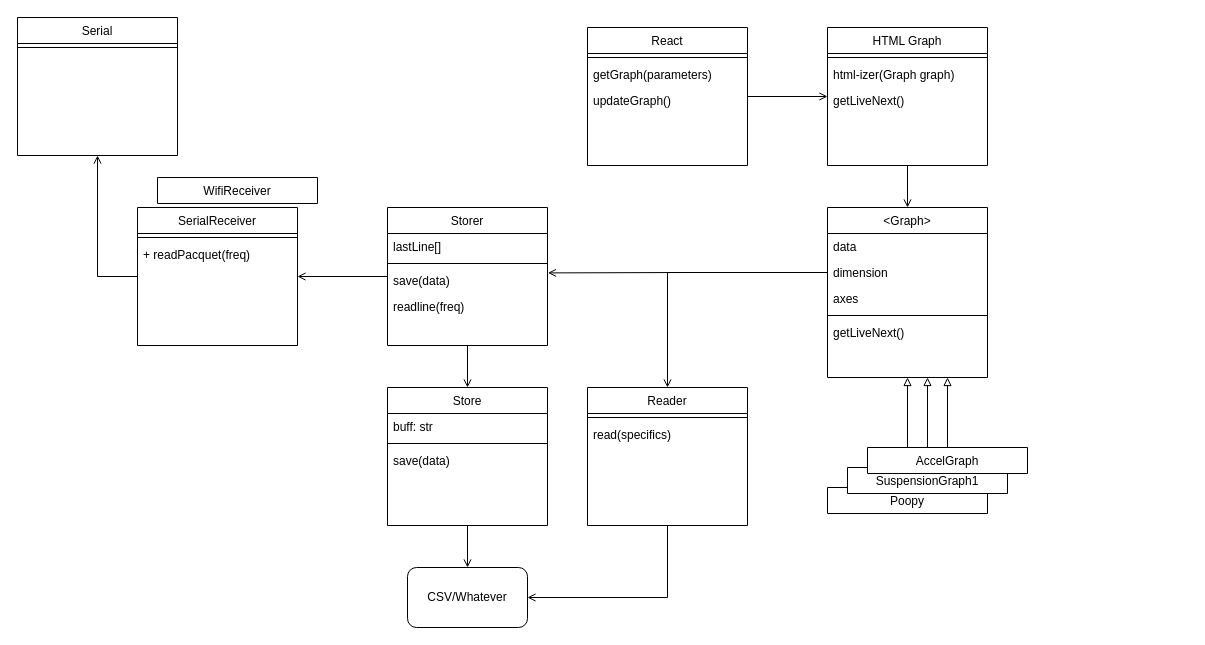
This is UML.drawio from McMaster-Baja-Racing/Better-Data-Viewer, a draw.io file, before an edit. Source tidied: cells renumbered, new cells numbered last; positions are measured from the earlier drawing's top-left corner, leaving out a move shared by most shapes. Both pictures are drawn from the tidied source at 100%, with x=0, y=0 at pixel (17, 17).
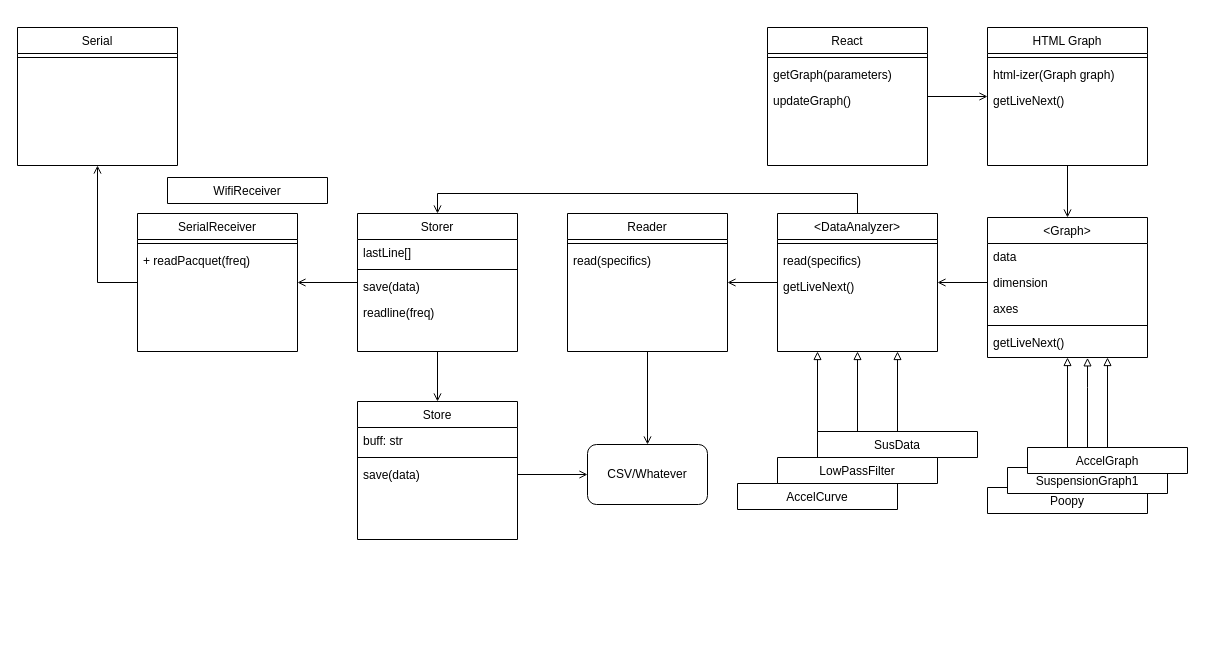
The same diagram, later.

Commit message:
UML data analyzer update

Unchanged cells that the change refers to:
```xml
<mxCell id="13" value="save(data)" style="text;align=left;verticalAlign=top;spacingLeft=4;spacingRight=4;overflow=hidden;points=[[0,0.5],[1,0.5]];portConstraint=eastwest;" parent="10" vertex="1">
  <mxGeometry y="60" width="160" height="26" as="geometry" />
</mxCell>
<mxCell id="19" value="save(data)" style="text;align=left;verticalAlign=top;spacingLeft=4;spacingRight=4;overflow=hidden;points=[[0,0.5],[1,0.5]];portConstraint=eastwest;" parent="16" vertex="1">
  <mxGeometry y="60" width="160" height="26" as="geometry" />
</mxCell>
<mxCell id="37" value="dimension" style="text;align=left;verticalAlign=top;spacingLeft=4;spacingRight=4;overflow=hidden;points=[[0,0.5],[1,0.5]];portConstraint=eastwest;" parent="35" vertex="1">
  <mxGeometry y="52" width="160" height="26" as="geometry" />
</mxCell>
<mxCell id="40" value="getLiveNext()" style="text;align=left;verticalAlign=top;spacingLeft=4;spacingRight=4;overflow=hidden;points=[[0,0.5],[1,0.5]];portConstraint=eastwest;" parent="35" vertex="1">
  <mxGeometry y="112" width="160" height="26" as="geometry" />
</mxCell>
```

Diff of the diagram source:
```diff
@@
     <mxCell id="2" value="Serial" style="swimlane;fontStyle=0;align=center;verticalAlign=top;horizontal=1;startSize=26;rounded=0;shadow=0;strokeWidth=1;" parent="1" vertex="1">
-      <mxGeometry width="160" height="138" as="geometry" />
+      <mxGeometry y="10" width="160" height="138" as="geometry" />
     </mxCell>
@@
     <mxCell id="5" value="SerialReceiver" style="swimlane;fontStyle=0;align=center;verticalAlign=top;horizontal=1;startSize=26;rounded=0;shadow=0;strokeWidth=1;" parent="1" vertex="1">
-      <mxGeometry x="120" y="190" width="160" height="138" as="geometry" />
+      <mxGeometry x="120" y="196" width="160" height="138" as="geometry" />
     </mxCell>
@@
     <mxCell id="10" value="Storer" style="swimlane;fontStyle=0;align=center;verticalAlign=top;horizontal=1;startSize=26;rounded=0;shadow=0;strokeWidth=1;" parent="1" vertex="1">
-      <mxGeometry x="370" y="190" width="160" height="138" as="geometry" />
+      <mxGeometry x="340" y="196" width="160" height="138" as="geometry" />
     </mxCell>
@@
-    <mxCell id="15" style="edgeStyle=orthogonalEdgeStyle;rounded=0;jettySize=auto;html=1;exitX=0.5;exitY=1;exitDx=0;exitDy=0;entryX=0.5;entryY=0;entryDx=0;entryDy=0;endArrow=open;endFill=0;" parent="1" edge="1" source="16" target="20">
-      <mxGeometry relative="1" as="geometry" />
-    </mxCell>
     <mxCell id="16" value="Store" style="swimlane;fontStyle=0;align=center;verticalAlign=top;horizontal=1;startSize=26;rounded=0;shadow=0;strokeWidth=1;" parent="1" vertex="1">
-      <mxGeometry x="370" y="370" width="160" height="138" as="geometry" />
+      <mxGeometry x="340" y="384" width="160" height="138" as="geometry" />
     </mxCell>
@@
     <mxCell id="20" value="CSV/Whatever" style="rounded=1;whiteSpace=wrap;html=1;" parent="1" vertex="1">
-      <mxGeometry x="390" y="550" width="120" height="60" as="geometry" />
+      <mxGeometry x="570" y="427" width="120" height="60" as="geometry" />
     </mxCell>
-    <mxCell id="21" style="edgeStyle=orthogonalEdgeStyle;rounded=0;jettySize=auto;html=1;exitX=0.5;exitY=1;exitDx=0;exitDy=0;entryX=1;entryY=0.5;entryDx=0;entryDy=0;endArrow=open;endFill=0;" parent="1" edge="1" source="22" target="20">
+    <mxCell id="21" style="edgeStyle=orthogonalEdgeStyle;rounded=0;jettySize=auto;html=1;exitX=0.5;exitY=1;exitDx=0;exitDy=0;entryX=0.5;entryY=0;entryDx=0;entryDy=0;startArrow=none;startFill=0;endArrow=open;endFill=0;" parent="1" edge="1" source="22" target="20">
       <mxGeometry relative="1" as="geometry" />
     </mxCell>
     <mxCell id="22" value="Reader" style="swimlane;fontStyle=0;align=center;verticalAlign=top;horizontal=1;startSize=26;rounded=0;shadow=0;strokeWidth=1;" parent="1" vertex="1">
-      <mxGeometry x="570" y="370" width="160" height="138" as="geometry" />
+      <mxGeometry x="550" y="196" width="160" height="138" as="geometry" />
     </mxCell>
@@
     <mxCell id="26" value="React" style="swimlane;fontStyle=0;align=center;verticalAlign=top;horizontal=1;startSize=26;rounded=0;shadow=0;strokeWidth=1;" parent="1" vertex="1">
-      <mxGeometry x="570" y="10" width="160" height="138" as="geometry" />
+      <mxGeometry x="750" y="10" width="160" height="138" as="geometry" />
     </mxCell>
@@
     <mxCell id="31" value="HTML Graph" style="swimlane;fontStyle=0;align=center;verticalAlign=top;horizontal=1;startSize=26;rounded=0;shadow=0;strokeWidth=1;" parent="1" vertex="1">
-      <mxGeometry x="810" y="10" width="160" height="138" as="geometry" />
+      <mxGeometry x="970" y="10" width="160" height="138" as="geometry" />
     </mxCell>
@@
     <mxCell id="35" value="&lt;Graph&gt;" style="swimlane;fontStyle=0;align=center;verticalAlign=top;horizontal=1;startSize=26;rounded=0;shadow=0;strokeWidth=1;" parent="1" vertex="1">
-      <mxGeometry x="810" y="190" width="160" height="170" as="geometry" />
+      <mxGeometry x="970" y="200" width="160" height="140" as="geometry" />
     </mxCell>
@@
     <mxCell id="42" value="Poopy" style="swimlane;fontStyle=0;align=center;verticalAlign=top;horizontal=1;startSize=26;rounded=0;shadow=0;strokeWidth=1;" parent="1" vertex="1" collapsed="1">
-      <mxGeometry x="810" y="470" width="160" height="26" as="geometry" />
+      <mxGeometry x="970" y="470" width="160" height="26" as="geometry" />
     </mxCell>
-    <mxCell id="43" style="edgeStyle=orthogonalEdgeStyle;rounded=0;jettySize=auto;html=1;endArrow=block;endFill=0;" parent="1" edge="1" source="44">
+    <mxCell id="43" style="edgeStyle=orthogonalEdgeStyle;rounded=0;jettySize=auto;html=1;endArrow=block;endFill=0;entryX=0.625;entryY=1.09;entryDx=0;entryDy=0;entryPerimeter=0;" parent="1" edge="1" source="44" target="40">
       <mxGeometry relative="1" as="geometry">
-        <mxPoint x="910" y="360" as="targetPoint" />
+        <Array as="points">
+          <mxPoint x="1070" y="370" />
+          <mxPoint x="1070" y="370" />
+        </Array>
       </mxGeometry>
     </mxCell>
     <mxCell id="44" value="SuspensionGraph1" style="swimlane;fontStyle=0;align=center;verticalAlign=top;horizontal=1;startSize=26;rounded=0;shadow=0;strokeWidth=1;" parent="1" vertex="1" collapsed="1">
-      <mxGeometry x="830" y="450" width="160" height="26" as="geometry" />
+      <mxGeometry x="990" y="450" width="160" height="26" as="geometry" />
     </mxCell>
@@
     <mxCell id="46" value="AccelGraph" style="swimlane;fontStyle=0;align=center;verticalAlign=top;horizontal=1;startSize=26;rounded=0;shadow=0;strokeWidth=1;" parent="1" vertex="1" collapsed="1">
-      <mxGeometry x="850" y="430" width="160" height="26" as="geometry" />
+      <mxGeometry x="1010" y="430" width="160" height="26" as="geometry" />
     </mxCell>
-    <mxCell id="47" style="edgeStyle=orthogonalEdgeStyle;rounded=0;jettySize=auto;html=1;exitX=0;exitY=0.5;exitDx=0;exitDy=0;entryX=1.003;entryY=0.208;entryDx=0;entryDy=0;entryPerimeter=0;endArrow=open;endFill=0;" parent="1" edge="1" source="37" target="13">
-      <mxGeometry relative="1" as="geometry" />
-    </mxCell>
-    <mxCell id="48" style="edgeStyle=orthogonalEdgeStyle;rounded=0;jettySize=auto;html=1;exitX=0;exitY=0.5;exitDx=0;exitDy=0;entryX=0.5;entryY=0;entryDx=0;entryDy=0;endArrow=open;endFill=0;" parent="1" edge="1" source="37" target="22">
-      <mxGeometry relative="1" as="geometry" />
-    </mxCell>
     <mxCell id="49" value="WifiReceiver" style="swimlane;fontStyle=0;align=center;verticalAlign=top;horizontal=1;startSize=26;rounded=0;shadow=0;strokeWidth=1;" parent="1" vertex="1" collapsed="1">
-      <mxGeometry x="140" y="160" width="160" height="26" as="geometry" />
+      <mxGeometry x="150" y="160" width="160" height="26" as="geometry" />
     </mxCell>
+    <mxCell id="50" style="edgeStyle=orthogonalEdgeStyle;rounded=0;jettySize=auto;html=1;exitX=0;exitY=0.5;exitDx=0;exitDy=0;entryX=1;entryY=0.5;entryDx=0;entryDy=0;startArrow=none;startFill=0;endArrow=open;endFill=0;" parent="1" edge="1" source="52" target="22">
+      <mxGeometry relative="1" as="geometry" />
+    </mxCell>
+    <mxCell id="51" style="edgeStyle=orthogonalEdgeStyle;rounded=0;jettySize=auto;html=1;exitX=0.5;exitY=0;exitDx=0;exitDy=0;entryX=0.5;entryY=0;entryDx=0;entryDy=0;startArrow=none;startFill=0;endArrow=open;endFill=0;" parent="1" edge="1" source="52" target="10">
+      <mxGeometry relative="1" as="geometry" />
+    </mxCell>
+    <mxCell id="52" value="&lt;DataAnalyzer&gt;" style="swimlane;fontStyle=0;align=center;verticalAlign=top;horizontal=1;startSize=26;rounded=0;shadow=0;strokeWidth=1;" parent="1" vertex="1">
+      <mxGeometry x="760" y="196" width="160" height="138" as="geometry" />
+    </mxCell>
+    <mxCell id="53" style="line;html=1;strokeWidth=1;align=left;verticalAlign=middle;spacingTop=-1;spacingLeft=3;spacingRight=3;labelPosition=right;" parent="52" vertex="1">
+      <mxGeometry y="26" width="160" height="8" as="geometry" />
+    </mxCell>
+    <mxCell id="54" value="read(specifics)" style="text;align=left;verticalAlign=top;spacingLeft=4;spacingRight=4;overflow=hidden;" parent="52" vertex="1">
+      <mxGeometry y="34" width="160" height="26" as="geometry" />
+    </mxCell>
+    <mxCell id="55" value="getLiveNext()" style="text;align=left;verticalAlign=top;spacingLeft=4;spacingRight=4;overflow=hidden;" parent="52" vertex="1">
+      <mxGeometry y="60" width="160" height="26" as="geometry" />
+    </mxCell>
+    <mxCell id="56" style="edgeStyle=orthogonalEdgeStyle;rounded=0;jettySize=auto;html=1;exitX=0.5;exitY=0;exitDx=0;exitDy=0;startArrow=none;startFill=0;endArrow=block;endFill=0;entryX=0.5;entryY=1;entryDx=0;entryDy=0;" parent="1" edge="1" source="61" target="52">
+      <mxGeometry relative="1" as="geometry" />
+    </mxCell>
+    <mxCell id="57" style="edgeStyle=orthogonalEdgeStyle;rounded=0;jettySize=auto;html=1;entryX=0.25;entryY=1;entryDx=0;entryDy=0;startArrow=none;startFill=0;endArrow=block;endFill=0;" parent="1" edge="1" source="58" target="52">
+      <mxGeometry relative="1" as="geometry" />
+    </mxCell>
+    <mxCell id="58" value="AccelCurve" style="swimlane;fontStyle=0;align=center;verticalAlign=top;horizontal=1;startSize=26;rounded=0;shadow=0;strokeWidth=1;" parent="1" vertex="1" collapsed="1">
+      <mxGeometry x="720" y="466" width="160" height="26" as="geometry" />
+    </mxCell>
+    <mxCell id="59" style="edgeStyle=orthogonalEdgeStyle;rounded=0;jettySize=auto;html=1;startArrow=none;startFill=0;endArrow=block;endFill=0;entryX=0.75;entryY=1;entryDx=0;entryDy=0;" parent="1" edge="1" source="60" target="52">
+      <mxGeometry relative="1" as="geometry" />
+    </mxCell>
+    <mxCell id="60" value="SusData" style="swimlane;fontStyle=0;align=center;verticalAlign=top;horizontal=1;startSize=26;rounded=0;shadow=0;strokeWidth=1;" parent="1" vertex="1" collapsed="1">
+      <mxGeometry x="800" y="414" width="160" height="26" as="geometry" />
+    </mxCell>
+    <mxCell id="61" value="LowPassFilter" style="swimlane;fontStyle=0;align=center;verticalAlign=top;horizontal=1;startSize=26;rounded=0;shadow=0;strokeWidth=1;" parent="1" vertex="1" collapsed="1">
+      <mxGeometry x="760" y="440" width="160" height="26" as="geometry" />
+    </mxCell>
+    <mxCell id="62" style="edgeStyle=orthogonalEdgeStyle;rounded=0;jettySize=auto;html=1;exitX=1;exitY=0.5;exitDx=0;exitDy=0;entryX=0;entryY=0.5;entryDx=0;entryDy=0;startArrow=none;startFill=0;endArrow=open;endFill=0;" parent="1" edge="1" source="19" target="20">
+      <mxGeometry relative="1" as="geometry" />
+    </mxCell>
+    <mxCell id="63" style="edgeStyle=orthogonalEdgeStyle;rounded=0;jettySize=auto;html=1;entryX=1;entryY=0.5;entryDx=0;entryDy=0;startArrow=none;startFill=0;endArrow=open;endFill=0;" parent="1" edge="1" source="37" target="52">
+      <mxGeometry relative="1" as="geometry" />
+    </mxCell>
```
